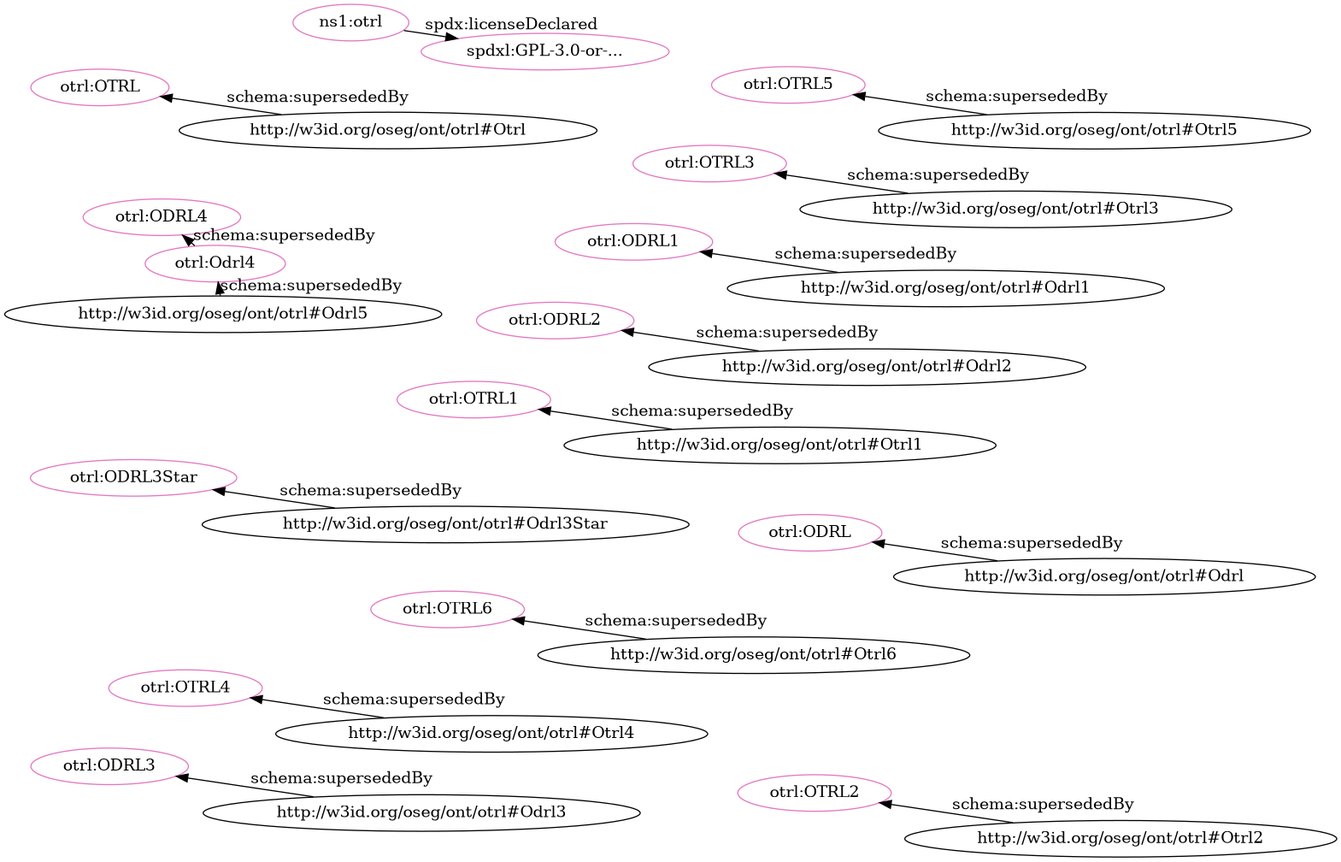
This is src/spec/fdp_otrl_deprecated-clean.png from iop-alliance/OpenKnowHow, a Graphviz export, as it was before one commit. Its source is kept beside it as src/spec/fdp_otrl_deprecated-clean.dot. The source it was exported from:
```dot
digraph G {
  rankdir=BT
  node[height=.3]
"http://w3id.org/oseg/ont/otrl" [fillcolor="#e377c2" color="#e377c2" label="ns1:otrl"]
"http://w3id.org/oseg/ont/otrl#OTRL1" [fillcolor="#e377c2" color="#e377c2" label="otrl:OTRL1"]
"http://w3id.org/oseg/ont/otrl#ODRL3Star" [fillcolor="#e377c2" color="#e377c2" label="otrl:ODRL3Star"]
"http://w3id.org/oseg/ont/otrl#OTRL" [fillcolor="#e377c2" color="#e377c2" label="otrl:OTRL"]
"http://w3id.org/oseg/ont/otrl#ODRL" [fillcolor="#e377c2" color="#e377c2" label="otrl:ODRL"]
"http://w3id.org/oseg/ont/otrl#ODRL2" [fillcolor="#e377c2" color="#e377c2" label="otrl:ODRL2"]
"http://w3id.org/oseg/ont/otrl#OTRL6" [fillcolor="#e377c2" color="#e377c2" label="otrl:OTRL6"]
"http://w3id.org/oseg/ont/otrl#ODRL1" [fillcolor="#e377c2" color="#e377c2" label="otrl:ODRL1"]
"http://w3id.org/oseg/ont/otrl#OTRL3" [fillcolor="#e377c2" color="#e377c2" label="otrl:OTRL3"]
"http://w3id.org/oseg/ont/otrl#OTRL4" [fillcolor="#e377c2" color="#e377c2" label="otrl:OTRL4"]
"http://w3id.org/oseg/ont/otrl#ODRL4" [fillcolor="#e377c2" color="#e377c2" label="otrl:ODRL4"]
"http://w3id.org/oseg/ont/otrl#OTRL5" [fillcolor="#e377c2" color="#e377c2" label="otrl:OTRL5"]
"http://w3id.org/oseg/ont/otrl#ODRL3" [fillcolor="#e377c2" color="#e377c2" label="otrl:ODRL3"]
"http://w3id.org/oseg/ont/otrl#Odrl4" [fillcolor="#e377c2" color="#e377c2" label="otrl:Odrl4"]
"http://spdx.org/licenses/GPL-3.0-or-later" [fillcolor="#e377c2" color="#e377c2" label="spdxl:GPL-3.0-or-..."]
"http://w3id.org/oseg/ont/otrl#OTRL2" [fillcolor="#e377c2" color="#e377c2" label="otrl:OTRL2"]
  "http://w3id.org/oseg/ont/otrl#Otrl1" -> "http://w3id.org/oseg/ont/otrl#OTRL1" [label="schema:supersededBy"]
  "http://w3id.org/oseg/ont/otrl#Odrl3Star" -> "http://w3id.org/oseg/ont/otrl#ODRL3Star" [label="schema:supersededBy"]
  "http://w3id.org/oseg/ont/otrl#Otrl" -> "http://w3id.org/oseg/ont/otrl#OTRL" [label="schema:supersededBy"]
  "http://w3id.org/oseg/ont/otrl#Odrl" -> "http://w3id.org/oseg/ont/otrl#ODRL" [label="schema:supersededBy"]
  "http://w3id.org/oseg/ont/otrl#Odrl2" -> "http://w3id.org/oseg/ont/otrl#ODRL2" [label="schema:supersededBy"]
  "http://w3id.org/oseg/ont/otrl#Otrl6" -> "http://w3id.org/oseg/ont/otrl#OTRL6" [label="schema:supersededBy"]
  "http://w3id.org/oseg/ont/otrl#Otrl3" -> "http://w3id.org/oseg/ont/otrl#OTRL3" [label="schema:supersededBy"]
  "http://w3id.org/oseg/ont/otrl#Odrl1" -> "http://w3id.org/oseg/ont/otrl#ODRL1" [label="schema:supersededBy"]
  "http://w3id.org/oseg/ont/otrl#Otrl4" -> "http://w3id.org/oseg/ont/otrl#OTRL4" [label="schema:supersededBy"]
  "http://w3id.org/oseg/ont/otrl" -> "http://spdx.org/licenses/GPL-3.0-or-later" [label="spdx:licenseDeclared"]
  "http://w3id.org/oseg/ont/otrl#Odrl4" -> "http://w3id.org/oseg/ont/otrl#ODRL4" [label="schema:supersededBy"]
  "http://w3id.org/oseg/ont/otrl#Otrl5" -> "http://w3id.org/oseg/ont/otrl#OTRL5" [label="schema:supersededBy"]
  "http://w3id.org/oseg/ont/otrl#Odrl3" -> "http://w3id.org/oseg/ont/otrl#ODRL3" [label="schema:supersededBy"]
  "http://w3id.org/oseg/ont/otrl#Odrl5" -> "http://w3id.org/oseg/ont/otrl#Odrl4" [label="schema:supersededBy"]
  "http://w3id.org/oseg/ont/otrl#Otrl2" -> "http://w3id.org/oseg/ont/otrl#OTRL2" [label="schema:supersededBy"]
}
```
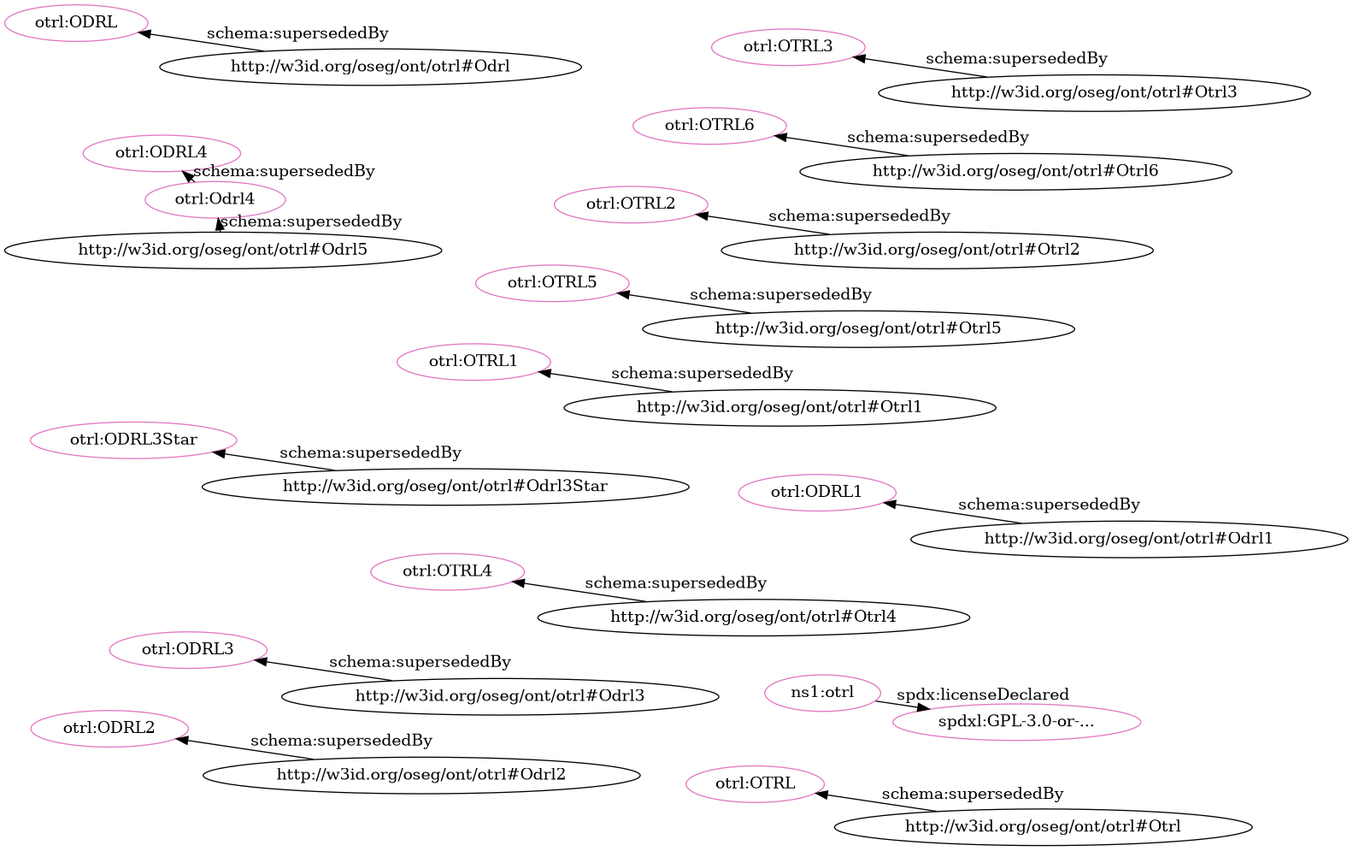
The same diagram one commit later.

Change to the diagram source:
```diff
@@ -1,35 +1,35 @@
 digraph G {
   rankdir=BT
   node[height=.3]
+"http://w3id.org/oseg/ont/otrl#OTRL1" [fillcolor="#e377c2" color="#e377c2" label="otrl:OTRL1"]
 "http://w3id.org/oseg/ont/otrl" [fillcolor="#e377c2" color="#e377c2" label="ns1:otrl"]
-"http://w3id.org/oseg/ont/otrl#OTRL1" [fillcolor="#e377c2" color="#e377c2" label="otrl:OTRL1"]
-"http://w3id.org/oseg/ont/otrl#ODRL3Star" [fillcolor="#e377c2" color="#e377c2" label="otrl:ODRL3Star"]
-"http://w3id.org/oseg/ont/otrl#OTRL" [fillcolor="#e377c2" color="#e377c2" label="otrl:OTRL"]
-"http://w3id.org/oseg/ont/otrl#ODRL" [fillcolor="#e377c2" color="#e377c2" label="otrl:ODRL"]
-"http://w3id.org/oseg/ont/otrl#ODRL2" [fillcolor="#e377c2" color="#e377c2" label="otrl:ODRL2"]
-"http://w3id.org/oseg/ont/otrl#OTRL6" [fillcolor="#e377c2" color="#e377c2" label="otrl:OTRL6"]
-"http://w3id.org/oseg/ont/otrl#ODRL1" [fillcolor="#e377c2" color="#e377c2" label="otrl:ODRL1"]
-"http://w3id.org/oseg/ont/otrl#OTRL3" [fillcolor="#e377c2" color="#e377c2" label="otrl:OTRL3"]
+"http://w3id.org/oseg/ont/otrl#OTRL5" [fillcolor="#e377c2" color="#e377c2" label="otrl:OTRL5"]
+"http://spdx.org/licenses/GPL-3.0-or-later" [fillcolor="#e377c2" color="#e377c2" label="spdxl:GPL-3.0-or-..."]
 "http://w3id.org/oseg/ont/otrl#OTRL4" [fillcolor="#e377c2" color="#e377c2" label="otrl:OTRL4"]
 "http://w3id.org/oseg/ont/otrl#ODRL4" [fillcolor="#e377c2" color="#e377c2" label="otrl:ODRL4"]
-"http://w3id.org/oseg/ont/otrl#OTRL5" [fillcolor="#e377c2" color="#e377c2" label="otrl:OTRL5"]
+"http://w3id.org/oseg/ont/otrl#OTRL2" [fillcolor="#e377c2" color="#e377c2" label="otrl:OTRL2"]
+"http://w3id.org/oseg/ont/otrl#Odrl4" [fillcolor="#e377c2" color="#e377c2" label="otrl:Odrl4"]
+"http://w3id.org/oseg/ont/otrl#OTRL" [fillcolor="#e377c2" color="#e377c2" label="otrl:OTRL"]
+"http://w3id.org/oseg/ont/otrl#OTRL6" [fillcolor="#e377c2" color="#e377c2" label="otrl:OTRL6"]
+"http://w3id.org/oseg/ont/otrl#ODRL3Star" [fillcolor="#e377c2" color="#e377c2" label="otrl:ODRL3Star"]
+"http://w3id.org/oseg/ont/otrl#ODRL" [fillcolor="#e377c2" color="#e377c2" label="otrl:ODRL"]
 "http://w3id.org/oseg/ont/otrl#ODRL3" [fillcolor="#e377c2" color="#e377c2" label="otrl:ODRL3"]
-"http://w3id.org/oseg/ont/otrl#Odrl4" [fillcolor="#e377c2" color="#e377c2" label="otrl:Odrl4"]
-"http://spdx.org/licenses/GPL-3.0-or-later" [fillcolor="#e377c2" color="#e377c2" label="spdxl:GPL-3.0-or-..."]
-"http://w3id.org/oseg/ont/otrl#OTRL2" [fillcolor="#e377c2" color="#e377c2" label="otrl:OTRL2"]
+"http://w3id.org/oseg/ont/otrl#OTRL3" [fillcolor="#e377c2" color="#e377c2" label="otrl:OTRL3"]
+"http://w3id.org/oseg/ont/otrl#ODRL2" [fillcolor="#e377c2" color="#e377c2" label="otrl:ODRL2"]
+"http://w3id.org/oseg/ont/otrl#ODRL1" [fillcolor="#e377c2" color="#e377c2" label="otrl:ODRL1"]
   "http://w3id.org/oseg/ont/otrl#Otrl1" -> "http://w3id.org/oseg/ont/otrl#OTRL1" [label="schema:supersededBy"]
+  "http://w3id.org/oseg/ont/otrl#Otrl5" -> "http://w3id.org/oseg/ont/otrl#OTRL5" [label="schema:supersededBy"]
+  "http://w3id.org/oseg/ont/otrl" -> "http://spdx.org/licenses/GPL-3.0-or-later" [label="spdx:licenseDeclared"]
+  "http://w3id.org/oseg/ont/otrl#Otrl4" -> "http://w3id.org/oseg/ont/otrl#OTRL4" [label="schema:supersededBy"]
+  "http://w3id.org/oseg/ont/otrl#Odrl4" -> "http://w3id.org/oseg/ont/otrl#ODRL4" [label="schema:supersededBy"]
+  "http://w3id.org/oseg/ont/otrl#Otrl2" -> "http://w3id.org/oseg/ont/otrl#OTRL2" [label="schema:supersededBy"]
+  "http://w3id.org/oseg/ont/otrl#Odrl5" -> "http://w3id.org/oseg/ont/otrl#Odrl4" [label="schema:supersededBy"]
+  "http://w3id.org/oseg/ont/otrl#Otrl" -> "http://w3id.org/oseg/ont/otrl#OTRL" [label="schema:supersededBy"]
+  "http://w3id.org/oseg/ont/otrl#Otrl6" -> "http://w3id.org/oseg/ont/otrl#OTRL6" [label="schema:supersededBy"]
   "http://w3id.org/oseg/ont/otrl#Odrl3Star" -> "http://w3id.org/oseg/ont/otrl#ODRL3Star" [label="schema:supersededBy"]
-  "http://w3id.org/oseg/ont/otrl#Otrl" -> "http://w3id.org/oseg/ont/otrl#OTRL" [label="schema:supersededBy"]
   "http://w3id.org/oseg/ont/otrl#Odrl" -> "http://w3id.org/oseg/ont/otrl#ODRL" [label="schema:supersededBy"]
+  "http://w3id.org/oseg/ont/otrl#Odrl3" -> "http://w3id.org/oseg/ont/otrl#ODRL3" [label="schema:supersededBy"]
+  "http://w3id.org/oseg/ont/otrl#Otrl3" -> "http://w3id.org/oseg/ont/otrl#OTRL3" [label="schema:supersededBy"]
   "http://w3id.org/oseg/ont/otrl#Odrl2" -> "http://w3id.org/oseg/ont/otrl#ODRL2" [label="schema:supersededBy"]
-  "http://w3id.org/oseg/ont/otrl#Otrl6" -> "http://w3id.org/oseg/ont/otrl#OTRL6" [label="schema:supersededBy"]
-  "http://w3id.org/oseg/ont/otrl#Otrl3" -> "http://w3id.org/oseg/ont/otrl#OTRL3" [label="schema:supersededBy"]
   "http://w3id.org/oseg/ont/otrl#Odrl1" -> "http://w3id.org/oseg/ont/otrl#ODRL1" [label="schema:supersededBy"]
-  "http://w3id.org/oseg/ont/otrl#Otrl4" -> "http://w3id.org/oseg/ont/otrl#OTRL4" [label="schema:supersededBy"]
-  "http://w3id.org/oseg/ont/otrl" -> "http://spdx.org/licenses/GPL-3.0-or-later" [label="spdx:licenseDeclared"]
-  "http://w3id.org/oseg/ont/otrl#Odrl4" -> "http://w3id.org/oseg/ont/otrl#ODRL4" [label="schema:supersededBy"]
-  "http://w3id.org/oseg/ont/otrl#Otrl5" -> "http://w3id.org/oseg/ont/otrl#OTRL5" [label="schema:supersededBy"]
-  "http://w3id.org/oseg/ont/otrl#Odrl3" -> "http://w3id.org/oseg/ont/otrl#ODRL3" [label="schema:supersededBy"]
-  "http://w3id.org/oseg/ont/otrl#Odrl5" -> "http://w3id.org/oseg/ont/otrl#Odrl4" [label="schema:supersededBy"]
-  "http://w3id.org/oseg/ont/otrl#Otrl2" -> "http://w3id.org/oseg/ont/otrl#OTRL2" [label="schema:supersededBy"]
 }
```
